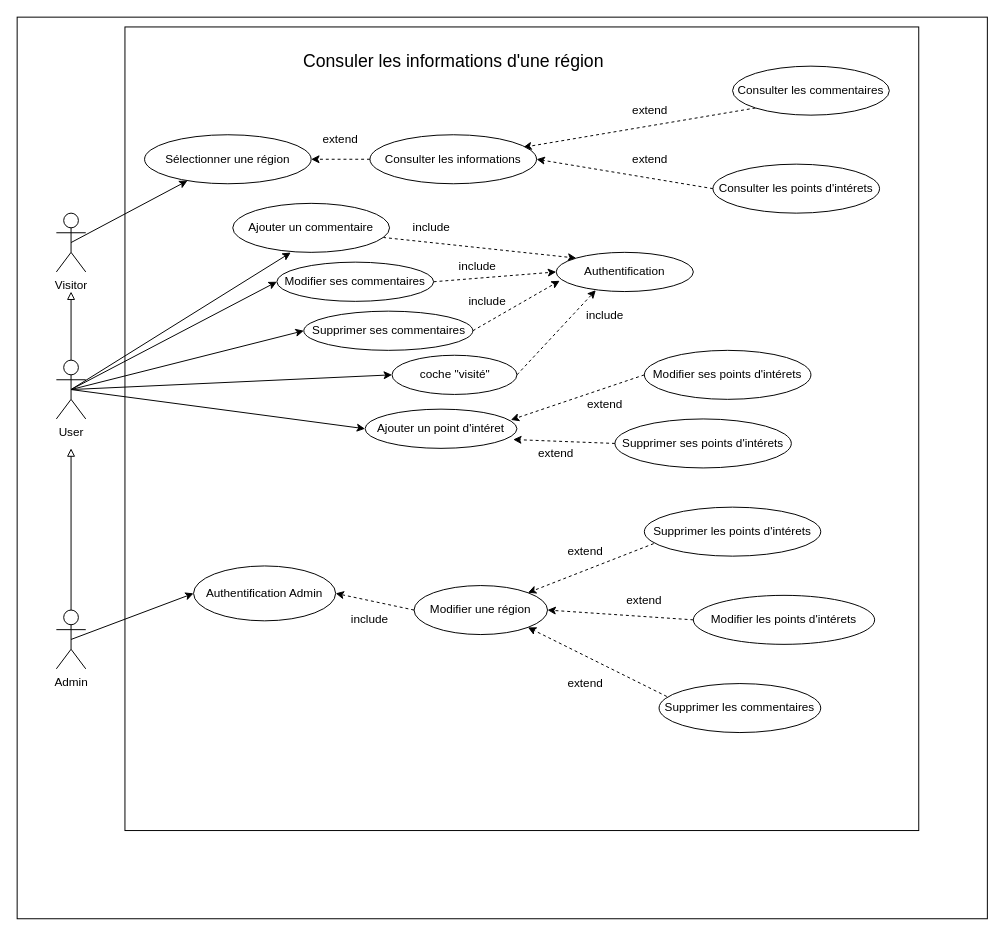
This is conception/useCase.drawio from kevinbatard/japan_back, a draw.io file, before an edit. Source tidied: cells renumbered, new cells numbered last; positions are measured from the earlier drawing's top-left corner, leaving out a move shared by most shapes. Both pictures are drawn from the tidied source at 98%, with x=0, y=0 at pixel (17, 17).
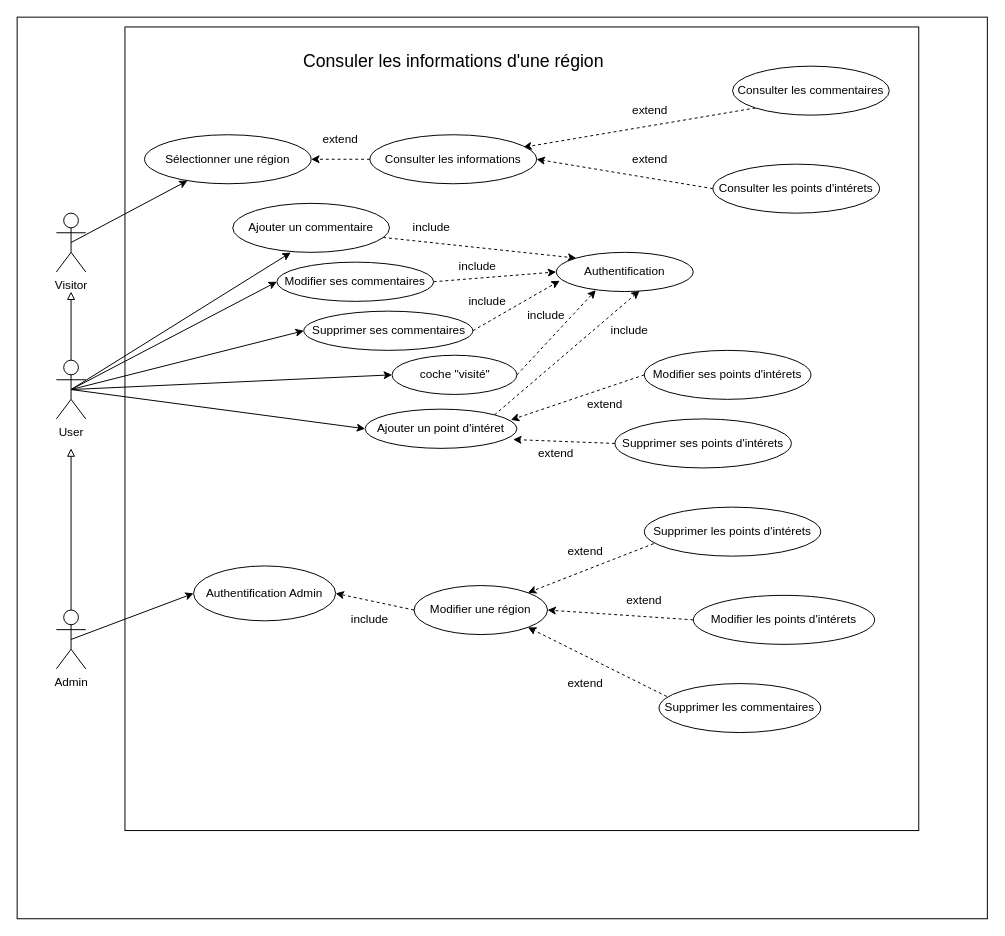
The same diagram, later.

The change refers to these unchanged cells:
```xml
<mxCell id="32" value="Ajouter un point d'intéret" style="ellipse;whiteSpace=wrap;html=1;" parent="1" vertex="1">
  <mxGeometry x="355" y="400" width="155" height="40" as="geometry" />
</mxCell>
<mxCell id="55" value="Authentification" style="ellipse;whiteSpace=wrap;html=1;" parent="1" vertex="1">
  <mxGeometry x="550" y="240" width="140" height="40" as="geometry" />
</mxCell>
```

Change to the diagram source:
```diff
@@
+    <mxCell id="60" style="edgeStyle=none;html=1;exitX=1;exitY=0;exitDx=0;exitDy=0;entryX=0.608;entryY=0.979;entryDx=0;entryDy=0;entryPerimeter=0;dashed=1;" parent="1" edge="1" source="32" target="55">
+      <mxGeometry relative="1" as="geometry" />
+    </mxCell>
@@
     <mxCell id="57" value="include" style="text;html=1;strokeColor=none;fillColor=none;align=center;verticalAlign=middle;whiteSpace=wrap;rounded=0;" parent="1" vertex="1">
-      <mxGeometry x="570" y="290" width="60" height="30" as="geometry" />
+      <mxGeometry x="510" y="290" width="60" height="30" as="geometry" />
     </mxCell>
@@
+    <mxCell id="61" value="include" style="text;html=1;strokeColor=none;fillColor=none;align=center;verticalAlign=middle;whiteSpace=wrap;rounded=0;" parent="1" vertex="1">
+      <mxGeometry x="595" y="305" width="60" height="30" as="geometry" />
+    </mxCell>
```
